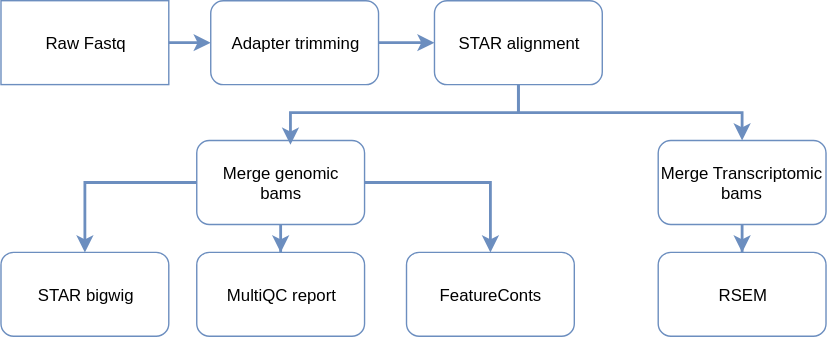
Before: images/transcriptome.svg, a diagram exported from draw.io (imperial-genomics-facility/igf-pipeline-help). Source tidied: cells renumbered, new cells last; positions are measured from the earlier drawing's top-left corner, leaving out a move shared by most shapes.
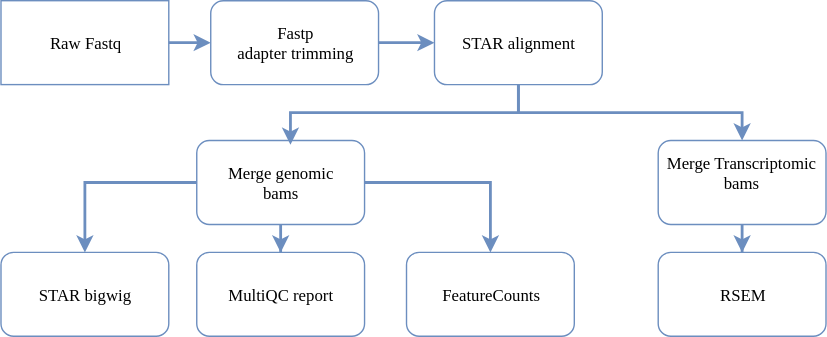
After the change.

The edit, as a diff of the source:
```diff
@@ -5,13 +5,13 @@
     <mxCell id="2" style="edgeStyle=orthogonalEdgeStyle;rounded=0;html=1;entryX=0;entryY=0.5;jettySize=auto;strokeWidth=2;fillColor=#dae8fc;strokeColor=#6c8ebf;" parent="1" edge="1" source="3" target="5">
       <mxGeometry relative="1" as="geometry" />
     </mxCell>
-    <mxCell id="3" value="Raw Fastq" style="rounded=0;whiteSpace=wrap;html=1;fillColor=none;strokeColor=#6c8ebf;" parent="1" vertex="1">
+    <mxCell id="3" value="&lt;font face=&quot;Lucida Console&quot;&gt;Raw Fastq&lt;/font&gt;" style="rounded=0;whiteSpace=wrap;html=1;fillColor=none;strokeColor=#6c8ebf;" parent="1" vertex="1">
       <mxGeometry width="120" height="60" as="geometry" />
     </mxCell>
     <mxCell id="4" style="edgeStyle=orthogonalEdgeStyle;rounded=0;html=1;exitX=1;exitY=0.5;entryX=0;entryY=0.5;jettySize=auto;strokeWidth=2;fillColor=#dae8fc;strokeColor=#6c8ebf;" parent="1" edge="1" source="5" target="8">
       <mxGeometry relative="1" as="geometry" />
     </mxCell>
-    <mxCell id="5" value="Adapter trimming" style="rounded=1;whiteSpace=wrap;html=1;fillColor=none;strokeColor=#6c8ebf;" parent="1" vertex="1">
+    <mxCell id="5" value="&lt;font face=&quot;Lucida Console&quot;&gt;Fastp &lt;br&gt;adapter trimming&lt;/font&gt;" style="rounded=1;whiteSpace=wrap;html=1;fillColor=none;strokeColor=#6c8ebf;" parent="1" vertex="1">
       <mxGeometry x="150" width="120" height="60" as="geometry" />
     </mxCell>
     <mxCell id="6" style="edgeStyle=orthogonalEdgeStyle;rounded=0;html=1;exitX=0.5;exitY=1;entryX=0.558;entryY=0.05;entryPerimeter=0;jettySize=auto;strokeWidth=2;fillColor=#dae8fc;strokeColor=#6c8ebf;" parent="1" edge="1" source="8" target="12">
@@ -20,7 +20,7 @@
     <mxCell id="7" style="edgeStyle=orthogonalEdgeStyle;rounded=0;html=1;exitX=0.5;exitY=1;jettySize=auto;strokeWidth=2;fillColor=#dae8fc;strokeColor=#6c8ebf;" parent="1" edge="1" source="8" target="14">
       <mxGeometry relative="1" as="geometry" />
     </mxCell>
-    <mxCell id="8" value="STAR alignment" style="rounded=1;whiteSpace=wrap;html=1;fillColor=none;strokeColor=#6c8ebf;" parent="1" vertex="1">
+    <mxCell id="8" value="&lt;font face=&quot;Lucida Console&quot;&gt;STAR alignment&lt;/font&gt;" style="rounded=1;whiteSpace=wrap;html=1;fillColor=none;strokeColor=#6c8ebf;" parent="1" vertex="1">
       <mxGeometry x="310" width="120" height="60" as="geometry" />
     </mxCell>
     <mxCell id="9" style="edgeStyle=orthogonalEdgeStyle;rounded=0;html=1;jettySize=auto;strokeWidth=2;fillColor=#dae8fc;strokeColor=#6c8ebf;" parent="1" edge="1" source="12" target="15">
@@ -32,25 +32,25 @@
     <mxCell id="11" style="edgeStyle=orthogonalEdgeStyle;rounded=0;html=1;entryX=0.5;entryY=0;jettySize=auto;strokeWidth=2;fillColor=#dae8fc;strokeColor=#6c8ebf;" parent="1" edge="1" source="12" target="17">
       <mxGeometry relative="1" as="geometry" />
     </mxCell>
-    <mxCell id="12" value="Merge genomic &lt;br&gt;bams" style="rounded=1;whiteSpace=wrap;html=1;fillColor=none;strokeColor=#6c8ebf;" parent="1" vertex="1">
+    <mxCell id="12" value="&lt;font face=&quot;Lucida Console&quot;&gt;Merge genomic &lt;br&gt;bams&lt;/font&gt;" style="rounded=1;whiteSpace=wrap;html=1;fillColor=none;strokeColor=#6c8ebf;" parent="1" vertex="1">
       <mxGeometry x="140" y="100" width="120" height="60" as="geometry" />
     </mxCell>
     <mxCell id="13" style="edgeStyle=orthogonalEdgeStyle;rounded=0;html=1;exitX=0.5;exitY=1;jettySize=auto;strokeWidth=2;fillColor=#dae8fc;strokeColor=#6c8ebf;" parent="1" edge="1" source="14" target="18">
       <mxGeometry relative="1" as="geometry" />
     </mxCell>
-    <mxCell id="14" value="Merge Transcriptomic bams" style="rounded=1;whiteSpace=wrap;html=1;fillColor=none;strokeColor=#6c8ebf;" parent="1" vertex="1">
+    <mxCell id="14" value="&lt;font face=&quot;Lucida Console&quot;&gt;Merge Transcriptomic bams&lt;/font&gt;" style="rounded=1;whiteSpace=wrap;html=1;fillColor=none;strokeColor=#6c8ebf;" parent="1" vertex="1">
       <mxGeometry x="470" y="100" width="120" height="60" as="geometry" />
     </mxCell>
-    <mxCell id="15" value="STAR bigwig" style="rounded=1;whiteSpace=wrap;html=1;fillColor=none;strokeColor=#6c8ebf;" parent="1" vertex="1">
+    <mxCell id="15" value="&lt;font face=&quot;Lucida Console&quot;&gt;STAR bigwig&lt;/font&gt;" style="rounded=1;whiteSpace=wrap;html=1;fillColor=none;strokeColor=#6c8ebf;" parent="1" vertex="1">
       <mxGeometry y="180" width="120" height="60" as="geometry" />
     </mxCell>
-    <mxCell id="16" value="FeatureConts" style="rounded=1;whiteSpace=wrap;html=1;fillColor=none;strokeColor=#6c8ebf;" parent="1" vertex="1">
+    <mxCell id="16" value="&lt;font face=&quot;Lucida Console&quot;&gt;FeatureCounts&lt;/font&gt;" style="rounded=1;whiteSpace=wrap;html=1;fillColor=none;strokeColor=#6c8ebf;" parent="1" vertex="1">
       <mxGeometry x="290" y="180" width="120" height="60" as="geometry" />
     </mxCell>
-    <mxCell id="17" value="MultiQC report" style="rounded=1;whiteSpace=wrap;html=1;fillColor=none;strokeColor=#6c8ebf;" parent="1" vertex="1">
+    <mxCell id="17" value="&lt;font face=&quot;Lucida Console&quot;&gt;MultiQC report&lt;/font&gt;" style="rounded=1;whiteSpace=wrap;html=1;fillColor=none;strokeColor=#6c8ebf;" parent="1" vertex="1">
       <mxGeometry x="140" y="180" width="120" height="60" as="geometry" />
     </mxCell>
-    <mxCell id="18" value="RSEM" style="rounded=1;whiteSpace=wrap;html=1;fillColor=none;strokeColor=#6c8ebf;" parent="1" vertex="1">
+    <mxCell id="18" value="&lt;font face=&quot;Lucida Console&quot;&gt;RSEM&lt;/font&gt;" style="rounded=1;whiteSpace=wrap;html=1;fillColor=none;strokeColor=#6c8ebf;" parent="1" vertex="1">
       <mxGeometry x="470" y="180" width="120" height="60" as="geometry" />
     </mxCell>
   </root>
```
